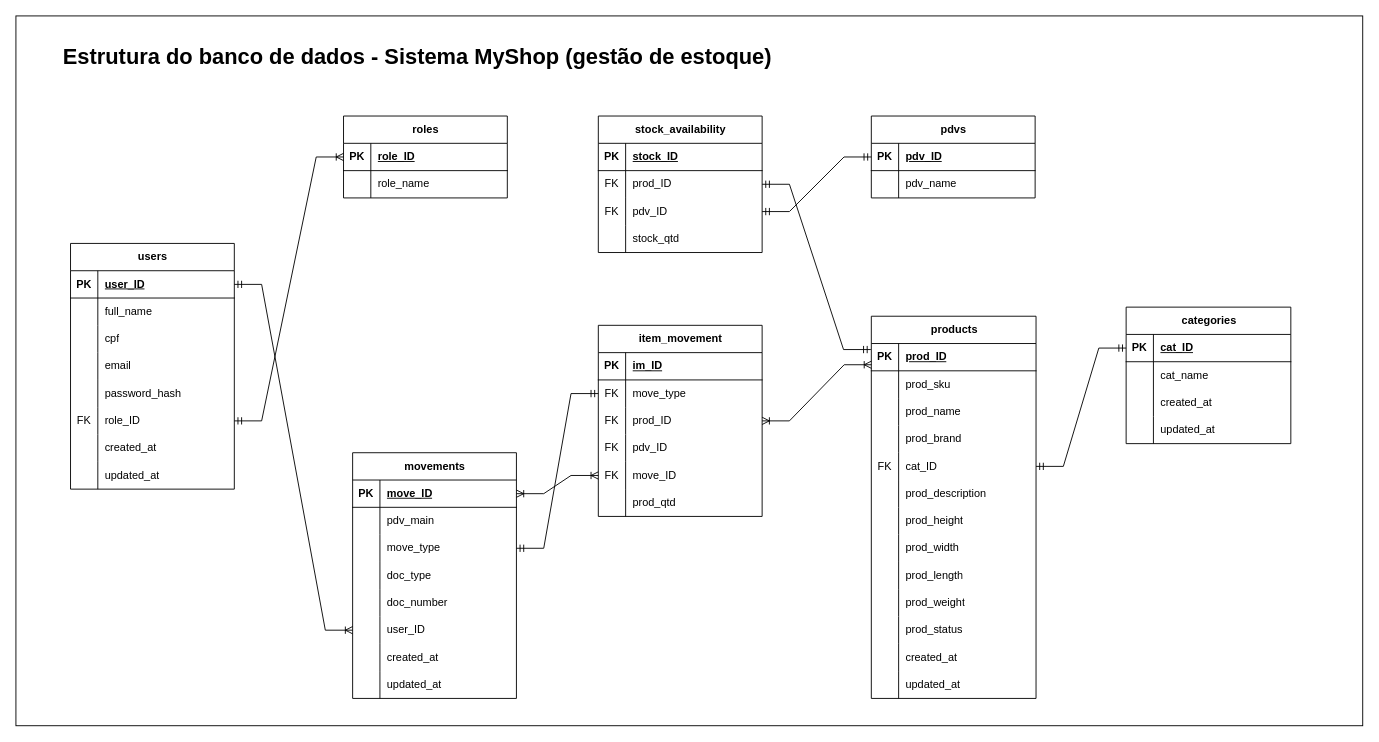
Before: databases-myshop-app.drawio in caioreges/caioreges, a draw.io diagram. Source tidied: cells renumbered, new cells numbered last; positions are measured from the earlier drawing's top-left corner, leaving out a move shared by most shapes. Both pictures are drawn from the tidied source at 91%, with x=0, y=0 at pixel (15, 15).
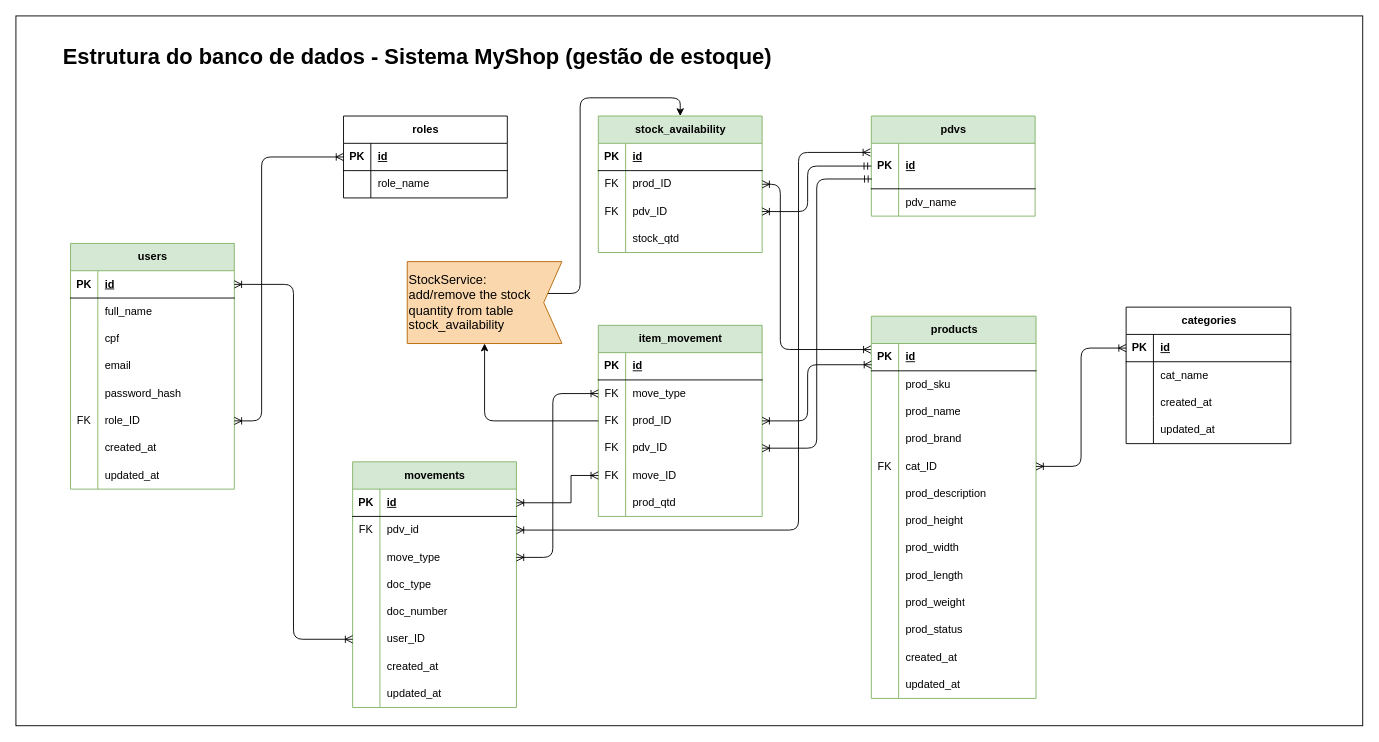
The same diagram, later.

Unchanged cells that the change refers to:
```xml
<mxCell id="4" style="shape=tableRow;horizontal=0;startSize=0;swimlaneHead=0;swimlaneBody=0;fillColor=none;points=[[0,0.5],[1,0.5]];portConstraint=eastwest;top=0;left=0;right=0;bottom=1;" parent="3" vertex="1">
  <mxGeometry y="30" width="180" height="30" as="geometry" />
</mxCell>
<mxCell id="19" style="shape=tableRow;horizontal=0;startSize=0;swimlaneHead=0;swimlaneBody=0;fillColor=none;points=[[0,0.5],[1,0.5]];portConstraint=eastwest;top=0;left=0;right=0;bottom=0;" parent="3" vertex="1">
  <mxGeometry y="180" width="180" height="30" as="geometry" />
</mxCell>
<mxCell id="29" style="shape=tableRow;horizontal=0;startSize=0;swimlaneHead=0;swimlaneBody=0;fillColor=none;points=[[0,0.5],[1,0.5]];portConstraint=eastwest;top=0;left=0;right=0;bottom=1;" parent="28" vertex="1">
  <mxGeometry y="30" width="180" height="30" as="geometry" />
</mxCell>
<mxCell id="37" style="shape=tableRow;horizontal=0;startSize=0;swimlaneHead=0;swimlaneBody=0;fillColor=none;points=[[0,0.5],[1,0.5]];portConstraint=eastwest;top=0;left=0;right=0;bottom=1;" parent="36" vertex="1">
  <mxGeometry y="30" width="181" height="30" as="geometry" />
</mxCell>
<mxCell id="49" style="shape=tableRow;horizontal=0;startSize=0;swimlaneHead=0;swimlaneBody=0;fillColor=none;points=[[0,0.5],[1,0.5]];portConstraint=eastwest;top=0;left=0;right=0;bottom=0;" parent="36" vertex="1">
  <mxGeometry y="150" width="181" height="30" as="geometry" />
</mxCell>
<mxCell id="77" style="shape=tableRow;horizontal=0;startSize=0;swimlaneHead=0;swimlaneBody=0;fillColor=none;points=[[0,0.5],[1,0.5]];portConstraint=eastwest;top=0;left=0;right=0;bottom=1;" parent="76" vertex="1">
  <mxGeometry y="30" width="181" height="30" as="geometry" />
</mxCell>
<mxCell id="91" style="shape=tableRow;horizontal=0;startSize=0;swimlaneHead=0;swimlaneBody=0;fillColor=none;points=[[0,0.5],[1,0.5]];portConstraint=eastwest;top=0;left=0;right=0;bottom=1;" parent="90" vertex="1">
  <mxGeometry y="30" width="180" height="30" as="geometry" />
</mxCell>
<mxCell id="94" style="shape=tableRow;horizontal=0;startSize=0;swimlaneHead=0;swimlaneBody=0;fillColor=none;points=[[0,0.5],[1,0.5]];portConstraint=eastwest;top=0;left=0;right=0;bottom=0;" parent="90" vertex="1">
  <mxGeometry y="60" width="180" height="30" as="geometry" />
</mxCell>
<mxCell id="97" style="shape=tableRow;horizontal=0;startSize=0;swimlaneHead=0;swimlaneBody=0;fillColor=none;points=[[0,0.5],[1,0.5]];portConstraint=eastwest;top=0;left=0;right=0;bottom=0;" parent="90" vertex="1">
  <mxGeometry y="90" width="180" height="30" as="geometry" />
</mxCell>
<mxCell id="106" style="shape=tableRow;horizontal=0;startSize=0;swimlaneHead=0;swimlaneBody=0;fillColor=none;points=[[0,0.5],[1,0.5]];portConstraint=eastwest;top=0;left=0;right=0;bottom=0;" parent="90" vertex="1">
  <mxGeometry y="180" width="180" height="30" as="geometry" />
</mxCell>
<mxCell id="116" style="shape=tableRow;horizontal=0;startSize=0;swimlaneHead=0;swimlaneBody=0;fillColor=none;top=0;left=0;right=0;bottom=1;" parent="115" vertex="1">
  <mxGeometry y="30" width="180" height="30" as="geometry" />
</mxCell>
<mxCell id="119" style="shape=tableRow;horizontal=0;startSize=0;swimlaneHead=0;swimlaneBody=0;fillColor=none;points=[[0,0.5],[1,0.5]];portConstraint=eastwest;top=0;left=0;right=0;bottom=0;" parent="115" vertex="1">
  <mxGeometry y="60" width="180" height="30" as="geometry" />
</mxCell>
<mxCell id="122" style="shape=tableRow;horizontal=0;startSize=0;swimlaneHead=0;swimlaneBody=0;fillColor=none;points=[[0,0.5],[1,0.5]];portConstraint=eastwest;top=0;left=0;right=0;bottom=0;" parent="115" vertex="1">
  <mxGeometry y="90" width="180" height="30" as="geometry" />
</mxCell>
<mxCell id="139" style="shape=tableRow;horizontal=0;startSize=0;swimlaneHead=0;swimlaneBody=0;fillColor=none;top=0;left=0;right=0;bottom=1;" parent="138" vertex="1">
  <mxGeometry y="30" width="180" height="30" as="geometry" />
</mxCell>
<mxCell id="142" style="shape=tableRow;horizontal=0;startSize=0;swimlaneHead=0;swimlaneBody=0;fillColor=none;points=[[0,0.5],[1,0.5]];portConstraint=eastwest;top=0;left=0;right=0;bottom=0;" parent="138" vertex="1">
  <mxGeometry y="60" width="180" height="30" as="geometry" />
</mxCell>
<mxCell id="145" style="shape=tableRow;horizontal=0;startSize=0;swimlaneHead=0;swimlaneBody=0;fillColor=none;points=[[0,0.5],[1,0.5]];portConstraint=eastwest;top=0;left=0;right=0;bottom=0;" parent="138" vertex="1">
  <mxGeometry y="90" width="180" height="30" as="geometry" />
</mxCell>
<mxCell id="148" style="shape=tableRow;horizontal=0;startSize=0;swimlaneHead=0;swimlaneBody=0;fillColor=none;points=[[0,0.5],[1,0.5]];portConstraint=eastwest;top=0;left=0;right=0;bottom=0;" parent="138" vertex="1">
  <mxGeometry y="120" width="180" height="30" as="geometry" />
</mxCell>
<mxCell id="151" style="shape=tableRow;horizontal=0;startSize=0;swimlaneHead=0;swimlaneBody=0;fillColor=none;points=[[0,0.5],[1,0.5]];portConstraint=eastwest;top=0;left=0;right=0;bottom=0;" parent="138" vertex="1">
  <mxGeometry y="150" width="180" height="30" as="geometry" />
</mxCell>
```

Change to the diagram source:
```diff
@@
-    <mxCell id="3" value="users" style="shape=table;startSize=30;childLayout=tableLayout;rowLines=0;fontStyle=1;align=center;html=1;" parent="1" vertex="1">
+    <mxCell id="3" value="users" style="shape=table;startSize=30;childLayout=tableLayout;rowLines=0;fontStyle=1;align=center;html=1;fillColor=#d5e8d4;strokeColor=#82b366;" parent="1" vertex="1">
       <mxGeometry x="60" y="250" width="180" height="270" as="geometry" />
     </mxCell>
@@
-    <mxCell id="6" value="user_ID" style="shape=partialRectangle;fillColor=none;top=0;left=0;bottom=0;right=0;align=left;spacingLeft=6;fontStyle=5;overflow=hidden;whiteSpace=wrap;html=1;" parent="4" vertex="1">
+    <mxCell id="6" value="id" style="shape=partialRectangle;fillColor=none;top=0;left=0;bottom=0;right=0;align=left;spacingLeft=6;fontStyle=5;overflow=hidden;whiteSpace=wrap;html=1;" parent="4" vertex="1">
       <mxGeometry x="30" width="150" height="30" as="geometry" />
     </mxCell>
@@
-    <mxCell id="31" value="role_ID" style="shape=partialRectangle;fillColor=none;top=0;left=0;bottom=0;right=0;align=left;spacingLeft=6;fontStyle=5;overflow=hidden;whiteSpace=wrap;html=1;" parent="29" vertex="1">
+    <mxCell id="31" value="id" style="shape=partialRectangle;fillColor=none;top=0;left=0;bottom=0;right=0;align=left;spacingLeft=6;fontStyle=5;overflow=hidden;whiteSpace=wrap;html=1;" parent="29" vertex="1">
       <mxGeometry x="30" width="150" height="30" as="geometry" />
     </mxCell>
@@
-    <mxCell id="35" style="edgeStyle=entityRelationEdgeStyle;fontSize=12;html=1;endArrow=ERoneToMany;startArrow=ERmandOne;rounded=0;entryX=0;entryY=0.5;entryDx=0;entryDy=0;exitX=1;exitY=0.5;exitDx=0;exitDy=0;" parent="1" edge="1" source="19" target="29">
-      <mxGeometry relative="1" as="geometry" />
+    <mxCell id="35" style="edgeStyle=orthogonalEdgeStyle;fontSize=12;html=1;endArrow=ERoneToMany;startArrow=ERoneToMany;rounded=1;entryX=0;entryY=0.5;entryDx=0;entryDy=0;exitX=1;exitY=0.5;exitDx=0;exitDy=0;startFill=0;" parent="1" edge="1" source="19" target="29">
+      <mxGeometry relative="1" as="geometry">
+        <Array as="points">
+          <mxPoint x="270" y="445" />
+          <mxPoint x="270" y="155" />
+        </Array>
+      </mxGeometry>
     </mxCell>
-    <mxCell id="36" value="products" style="shape=table;startSize=30;childLayout=tableLayout;rowLines=0;fontStyle=1;align=center;html=1;" parent="1" vertex="1">
+    <mxCell id="36" value="products" style="shape=table;startSize=30;childLayout=tableLayout;rowLines=0;fontStyle=1;align=center;html=1;fillColor=#d5e8d4;strokeColor=#82b366;" parent="1" vertex="1">
       <mxGeometry x="940" y="330" width="181" height="420" as="geometry" />
     </mxCell>
@@
-    <mxCell id="39" value="prod_ID" style="shape=partialRectangle;fillColor=none;top=0;left=0;bottom=0;right=0;align=left;spacingLeft=6;fontStyle=5;overflow=hidden;whiteSpace=wrap;html=1;" parent="37" vertex="1">
+    <mxCell id="39" value="id" style="shape=partialRectangle;fillColor=none;top=0;left=0;bottom=0;right=0;align=left;spacingLeft=6;fontStyle=5;overflow=hidden;whiteSpace=wrap;html=1;" parent="37" vertex="1">
       <mxGeometry x="30" width="151" height="30" as="geometry" />
     </mxCell>
@@
-    <mxCell id="79" value="cat_ID" style="shape=partialRectangle;fillColor=none;top=0;left=0;bottom=0;right=0;align=left;spacingLeft=6;fontStyle=5;overflow=hidden;whiteSpace=wrap;html=1;" parent="77" vertex="1">
+    <mxCell id="79" value="id" style="shape=partialRectangle;fillColor=none;top=0;left=0;bottom=0;right=0;align=left;spacingLeft=6;fontStyle=5;overflow=hidden;whiteSpace=wrap;html=1;" parent="77" vertex="1">
       <mxGeometry x="30" width="151" height="30" as="geometry" />
     </mxCell>
@@
-    <mxCell id="89" style="edgeStyle=entityRelationEdgeStyle;fontSize=12;html=1;endArrow=ERmandOne;startArrow=ERmandOne;rounded=0;entryX=0;entryY=0.5;entryDx=0;entryDy=0;" parent="1" edge="1" source="49" target="77">
+    <mxCell id="89" style="edgeStyle=orthogonalEdgeStyle;fontSize=12;html=1;endArrow=ERoneToMany;startArrow=ERoneToMany;rounded=1;entryX=0;entryY=0.5;entryDx=0;entryDy=0;curved=0;endFill=0;startFill=0;" parent="1" edge="1" source="49" target="77">
       <mxGeometry relative="1" as="geometry" />
     </mxCell>
-    <mxCell id="90" value="movements" style="shape=table;startSize=30;childLayout=tableLayout;rowLines=0;fontStyle=1;align=center;html=1;" parent="1" vertex="1">
-      <mxGeometry x="370" y="480" width="180" height="270" as="geometry" />
+    <mxCell id="90" value="movements" style="shape=table;startSize=30;childLayout=tableLayout;rowLines=0;fontStyle=1;align=center;html=1;fillColor=#d5e8d4;strokeColor=#82b366;" parent="1" vertex="1">
+      <mxGeometry x="370" y="490" width="180" height="270" as="geometry" />
     </mxCell>
@@
-    <mxCell id="93" value="move_ID" style="shape=partialRectangle;fillColor=none;top=0;left=0;bottom=0;right=0;align=left;spacingLeft=6;fontStyle=5;overflow=hidden;whiteSpace=wrap;html=1;" parent="91" vertex="1">
+    <mxCell id="93" value="id" style="shape=partialRectangle;fillColor=none;top=0;left=0;bottom=0;right=0;align=left;spacingLeft=6;fontStyle=5;overflow=hidden;whiteSpace=wrap;html=1;" parent="91" vertex="1">
       <mxGeometry x="30" width="150" height="30" as="geometry" />
     </mxCell>
@@
-    <mxCell id="95" style="shape=partialRectangle;fillColor=none;top=0;left=0;bottom=0;right=0;overflow=hidden;whiteSpace=wrap;html=1;" parent="94" vertex="1">
+    <mxCell id="95" value="FK" style="shape=partialRectangle;fillColor=none;top=0;left=0;bottom=0;right=0;overflow=hidden;whiteSpace=wrap;html=1;" parent="94" vertex="1">
       <mxGeometry width="30" height="30" as="geometry" />
     </mxCell>
-    <mxCell id="96" value="pdv_main" style="shape=partialRectangle;fillColor=none;top=0;left=0;bottom=0;right=0;align=left;spacingLeft=6;overflow=hidden;whiteSpace=wrap;html=1;" parent="94" vertex="1">
+    <mxCell id="96" value="pdv_id" style="shape=partialRectangle;fillColor=none;top=0;left=0;bottom=0;right=0;align=left;spacingLeft=6;overflow=hidden;whiteSpace=wrap;html=1;" parent="94" vertex="1">
       <mxGeometry x="30" width="150" height="30" as="geometry" />
     </mxCell>
@@
-    <mxCell id="115" value="stock_availability" style="shape=table;startSize=30;childLayout=tableLayout;rowLines=0;fontStyle=1;align=center;html=1;" parent="1" vertex="1">
+    <mxCell id="115" value="stock_availability" style="shape=table;startSize=30;childLayout=tableLayout;rowLines=0;fontStyle=1;align=center;html=1;fillColor=#d5e8d4;strokeColor=#82b366;" parent="1" vertex="1">
       <mxGeometry x="640" y="110" width="180" height="150" as="geometry" />
     </mxCell>
@@
-    <mxCell id="118" value="stock_ID" style="shape=partialRectangle;fillColor=none;top=0;left=0;bottom=0;right=0;align=left;spacingLeft=6;fontStyle=5;overflow=hidden;whiteSpace=wrap;html=1;" parent="116" vertex="1">
+    <mxCell id="118" value="id" style="shape=partialRectangle;fillColor=none;top=0;left=0;bottom=0;right=0;align=left;spacingLeft=6;fontStyle=5;overflow=hidden;whiteSpace=wrap;html=1;" parent="116" vertex="1">
       <mxGeometry x="30" width="150" height="30" as="geometry" />
     </mxCell>
@@
-    <mxCell id="128" value="pdvs" style="shape=table;startSize=30;childLayout=tableLayout;rowLines=0;fontStyle=1;align=center;html=1;" parent="1" vertex="1">
-      <mxGeometry x="940" y="110" width="180" height="90" as="geometry" />
+    <mxCell id="128" value="pdvs" style="shape=table;startSize=30;childLayout=tableLayout;rowLines=0;fontStyle=1;align=center;html=1;fillColor=#d5e8d4;strokeColor=#82b366;" parent="1" vertex="1">
+      <mxGeometry x="940" y="110" width="180" height="110" as="geometry" />
     </mxCell>
     <mxCell id="129" style="shape=tableRow;horizontal=0;startSize=0;swimlaneHead=0;swimlaneBody=0;fillColor=none;points=[[0,0.5],[1,0.5]];portConstraint=eastwest;top=0;left=0;right=0;bottom=1;" parent="128" vertex="1">
-      <mxGeometry y="30" width="180" height="30" as="geometry" />
+      <mxGeometry y="30" width="180" height="50" as="geometry" />
     </mxCell>
     <mxCell id="130" value="PK" style="shape=partialRectangle;fillColor=none;top=0;left=0;bottom=0;right=0;fontStyle=1;overflow=hidden;whiteSpace=wrap;html=1;" parent="129" vertex="1">
-      <mxGeometry width="30" height="30" as="geometry" />
+      <mxGeometry width="30" height="50" as="geometry" />
     </mxCell>
-    <mxCell id="131" value="pdv_ID" style="shape=partialRectangle;fillColor=none;top=0;left=0;bottom=0;right=0;align=left;spacingLeft=6;fontStyle=5;overflow=hidden;whiteSpace=wrap;html=1;" parent="129" vertex="1">
-      <mxGeometry x="30" width="150" height="30" as="geometry" />
+    <mxCell id="131" value="id" style="shape=partialRectangle;fillColor=none;top=0;left=0;bottom=0;right=0;align=left;spacingLeft=6;fontStyle=5;overflow=hidden;whiteSpace=wrap;html=1;" parent="129" vertex="1">
+      <mxGeometry x="30" width="150" height="50" as="geometry" />
     </mxCell>
     <mxCell id="132" style="shape=tableRow;horizontal=0;startSize=0;swimlaneHead=0;swimlaneBody=0;fillColor=none;top=0;left=0;right=0;bottom=0;" parent="128" vertex="1">
-      <mxGeometry y="60" width="180" height="30" as="geometry" />
+      <mxGeometry y="80" width="180" height="30" as="geometry" />
     </mxCell>
@@
-    <mxCell id="135" style="edgeStyle=entityRelationEdgeStyle;fontSize=12;html=1;endArrow=ERmandOne;startArrow=ERmandOne;rounded=0;exitX=1;exitY=0.5;exitDx=0;exitDy=0;entryX=0;entryY=0.5;entryDx=0;entryDy=0;" parent="1" edge="1" source="122" target="129">
-      <mxGeometry relative="1" as="geometry" />
+    <mxCell id="135" style="edgeStyle=orthogonalEdgeStyle;fontSize=12;html=1;endArrow=ERmandOne;startArrow=ERoneToMany;rounded=1;exitX=1;exitY=0.5;exitDx=0;exitDy=0;curved=0;startFill=0;entryX=0;entryY=0.5;entryDx=0;entryDy=0;" parent="1" edge="1" source="122" target="129">
+      <mxGeometry relative="1" as="geometry">
+        <Array as="points">
+          <mxPoint x="870" y="215" />
+          <mxPoint x="870" y="165" />
+        </Array>
+      </mxGeometry>
     </mxCell>
-    <mxCell id="136" style="edgeStyle=entityRelationEdgeStyle;fontSize=12;html=1;endArrow=ERmandOne;startArrow=ERmandOne;rounded=0;entryX=1;entryY=0.5;entryDx=0;entryDy=0;exitX=-0.003;exitY=0.221;exitDx=0;exitDy=0;exitPerimeter=0;" parent="1" edge="1" source="37" target="119">
-      <mxGeometry relative="1" as="geometry" />
+    <mxCell id="136" style="edgeStyle=orthogonalEdgeStyle;fontSize=12;html=1;endArrow=ERoneToMany;startArrow=ERoneToMany;rounded=1;entryX=1;entryY=0.5;entryDx=0;entryDy=0;exitX=-0.003;exitY=0.221;exitDx=0;exitDy=0;exitPerimeter=0;curved=0;endFill=0;startFill=0;" parent="1" edge="1" source="37" target="119">
+      <mxGeometry relative="1" as="geometry">
+        <Array as="points">
+          <mxPoint x="840" y="367" />
+          <mxPoint x="840" y="185" />
+        </Array>
+      </mxGeometry>
     </mxCell>
-    <mxCell id="137" style="edgeStyle=entityRelationEdgeStyle;fontSize=12;html=1;endArrow=ERoneToMany;startArrow=ERmandOne;rounded=0;exitX=1;exitY=0.5;exitDx=0;exitDy=0;entryX=0;entryY=0.5;entryDx=0;entryDy=0;" parent="1" edge="1" source="4" target="106">
+    <mxCell id="137" style="edgeStyle=orthogonalEdgeStyle;fontSize=12;html=1;endArrow=ERoneToMany;startArrow=ERoneToMany;rounded=1;exitX=1;exitY=0.5;exitDx=0;exitDy=0;entryX=0;entryY=0.5;entryDx=0;entryDy=0;curved=0;startFill=0;" parent="1" edge="1" source="4" target="106">
       <mxGeometry relative="1" as="geometry" />
     </mxCell>
-    <mxCell id="138" value="item_movement" style="shape=table;startSize=30;childLayout=tableLayout;rowLines=0;fontStyle=1;align=center;html=1;" parent="1" vertex="1">
+    <mxCell id="138" value="item_movement" style="shape=table;startSize=30;childLayout=tableLayout;rowLines=0;fontStyle=1;align=center;html=1;fillColor=#d5e8d4;strokeColor=#82b366;" parent="1" vertex="1">
       <mxGeometry x="640" y="340" width="180" height="210" as="geometry" />
     </mxCell>
@@
-    <mxCell id="141" value="im_ID" style="shape=partialRectangle;fillColor=none;top=0;left=0;bottom=0;right=0;align=left;spacingLeft=6;fontStyle=5;overflow=hidden;whiteSpace=wrap;html=1;" parent="139" vertex="1">
+    <mxCell id="141" value="id" style="shape=partialRectangle;fillColor=none;top=0;left=0;bottom=0;right=0;align=left;spacingLeft=6;fontStyle=5;overflow=hidden;whiteSpace=wrap;html=1;" parent="139" vertex="1">
       <mxGeometry x="30" width="150" height="30" as="geometry" />
     </mxCell>
@@
-    <mxCell id="157" style="edgeStyle=entityRelationEdgeStyle;fontSize=12;html=1;endArrow=ERoneToMany;startArrow=ERoneToMany;rounded=0;exitX=1;exitY=0.5;exitDx=0;exitDy=0;entryX=0.001;entryY=0.777;entryDx=0;entryDy=0;entryPerimeter=0;" parent="1" edge="1" source="145" target="37">
-      <mxGeometry relative="1" as="geometry" />
+    <mxCell id="157" style="edgeStyle=orthogonalEdgeStyle;fontSize=12;html=1;endArrow=ERoneToMany;startArrow=ERoneToMany;rounded=1;exitX=1;exitY=0.5;exitDx=0;exitDy=0;entryX=0.001;entryY=0.777;entryDx=0;entryDy=0;entryPerimeter=0;curved=0;" parent="1" edge="1" source="145" target="37">
+      <mxGeometry relative="1" as="geometry">
+        <Array as="points">
+          <mxPoint x="870" y="445" />
+          <mxPoint x="870" y="383" />
+        </Array>
+      </mxGeometry>
     </mxCell>
-    <mxCell id="158" style="edgeStyle=entityRelationEdgeStyle;fontSize=12;html=1;endArrow=ERoneToMany;startArrow=ERoneToMany;rounded=0;exitX=1;exitY=0.5;exitDx=0;exitDy=0;entryX=0;entryY=0.5;entryDx=0;entryDy=0;" parent="1" edge="1" source="91" target="151">
-      <mxGeometry relative="1" as="geometry" />
+    <mxCell id="158" style="fontSize=12;html=1;endArrow=ERoneToMany;startArrow=ERoneToMany;rounded=0;entryX=0;entryY=0.5;entryDx=0;entryDy=0;exitX=1;exitY=0.5;exitDx=0;exitDy=0;edgeStyle=orthogonalEdgeStyle;startFill=0;" parent="1" edge="1" source="91" target="151">
+      <mxGeometry relative="1" as="geometry">
+        <Array as="points">
+          <mxPoint x="610" y="535" />
+          <mxPoint x="610" y="505" />
+        </Array>
+      </mxGeometry>
     </mxCell>
@@
-    <mxCell id="160" style="edgeStyle=entityRelationEdgeStyle;fontSize=12;html=1;endArrow=ERmandOne;startArrow=ERmandOne;rounded=0;exitX=1;exitY=0.5;exitDx=0;exitDy=0;entryX=0;entryY=0.5;entryDx=0;entryDy=0;" parent="1" edge="1" source="97" target="142">
-      <mxGeometry relative="1" as="geometry" />
+    <mxCell id="160" style="edgeStyle=orthogonalEdgeStyle;fontSize=12;html=1;endArrow=ERoneToMany;startArrow=ERoneToMany;rounded=1;exitX=1;exitY=0.5;exitDx=0;exitDy=0;entryX=0;entryY=0.5;entryDx=0;entryDy=0;startFill=0;endFill=0;" parent="1" edge="1" source="97" target="142">
+      <mxGeometry relative="1" as="geometry">
+        <Array as="points">
+          <mxPoint x="590" y="595" />
+          <mxPoint x="590" y="415" />
+        </Array>
+      </mxGeometry>
     </mxCell>
+    <mxCell id="161" style="edgeStyle=orthogonalEdgeStyle;rounded=1;jettySize=auto;html=1;entryX=0.5;entryY=0;entryDx=0;entryDy=0;exitX=0;exitY=0;exitDx=20;exitDy=35;exitPerimeter=0;curved=0;" parent="1" edge="1" source="162" target="115">
+      <mxGeometry relative="1" as="geometry" />
+    </mxCell>
+    <mxCell id="162" value="StockService:&lt;br&gt;add/remove the stock quantity from table stock_availability" style="html=1;shape=mxgraph.infographic.ribbonSimple;notch1=20;notch2=0;align=left;verticalAlign=middle;fontSize=14;fontStyle=0;flipH=1;fillColor=#fad7ac;whiteSpace=wrap;padding=8;strokeColor=#b46504;" parent="1" vertex="1">
+      <mxGeometry x="430" y="270" width="170" height="90" as="geometry" />
+    </mxCell>
+    <mxCell id="163" style="edgeStyle=orthogonalEdgeStyle;rounded=1;jettySize=auto;html=1;entryX=0;entryY=0;entryDx=85;entryDy=90;entryPerimeter=0;curved=0;" parent="1" edge="1" source="138" target="162">
+      <mxGeometry relative="1" as="geometry" />
+    </mxCell>
+    <mxCell id="164" style="edgeStyle=orthogonalEdgeStyle;rounded=1;jettySize=auto;html=1;curved=0;endArrow=ERoneToMany;endFill=0;exitX=1;exitY=0.5;exitDx=0;exitDy=0;startArrow=ERoneToMany;startFill=0;" parent="1" edge="1" source="94">
+      <mxGeometry relative="1" as="geometry">
+        <mxPoint x="939" y="150" as="targetPoint" />
+        <Array as="points">
+          <mxPoint x="860" y="565" />
+          <mxPoint x="860" y="150" />
+          <mxPoint x="939" y="150" />
+        </Array>
+      </mxGeometry>
+    </mxCell>
+    <mxCell id="165" style="edgeStyle=orthogonalEdgeStyle;rounded=1;jettySize=auto;html=1;entryX=0.003;entryY=0.784;entryDx=0;entryDy=0;entryPerimeter=0;curved=0;endArrow=ERmandOne;endFill=0;startArrow=ERoneToMany;startFill=0;" parent="1" edge="1" source="148" target="129">
+      <mxGeometry relative="1" as="geometry">
+        <Array as="points">
+          <mxPoint x="880" y="475" />
+          <mxPoint x="880" y="179" />
+        </Array>
+      </mxGeometry>
+    </mxCell>
```
